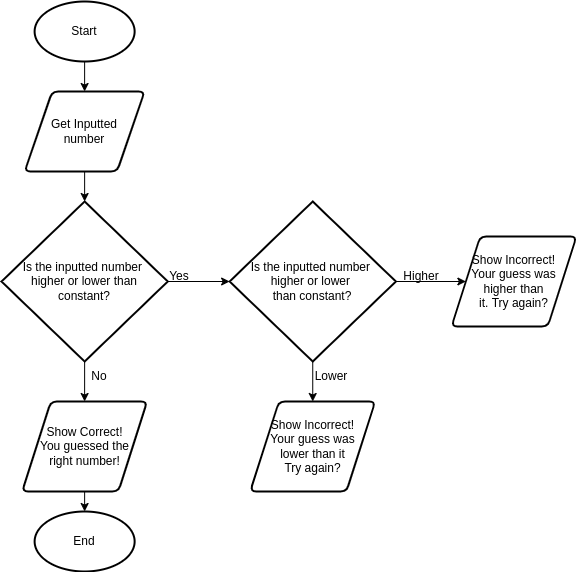
Earlier version of the draw.io export Number Guessing (flowchart).png (Dahrio-Francois/ICS3U-Unit3-02-Python2). Source tidied: cells renumbered, new cells last; positions are measured from the earlier drawing's top-left corner, leaving out a move shared by most shapes.
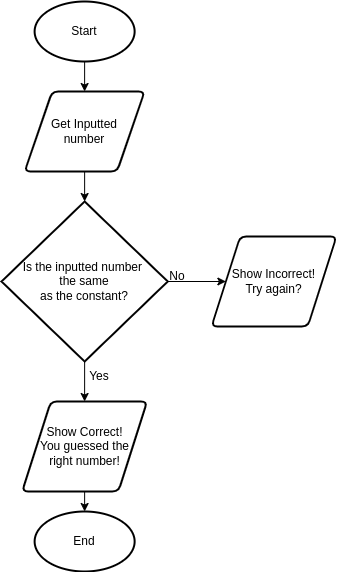
After the change.

Commit message:
made changes to flowchart and top down designs

Change to the diagram source:
```diff
@@ -17,10 +17,10 @@
     <mxCell id="6" style="edgeStyle=orthogonalEdgeStyle;rounded=0;html=1;exitX=0.5;exitY=1;exitDx=0;exitDy=0;exitPerimeter=0;entryX=0.5;entryY=0;entryDx=0;entryDy=0;" parent="1" edge="1" source="8" target="10">
       <mxGeometry relative="1" as="geometry" />
     </mxCell>
-    <mxCell id="7" style="edgeStyle=none;html=1;entryX=0;entryY=0.5;entryDx=0;entryDy=0;entryPerimeter=0;" parent="1" edge="1" source="8" target="16">
-      <mxGeometry relative="1" as="geometry" />
-    </mxCell>
+    <mxCell id="21" style="edgeStyle=none;html=1;" parent="1" edge="1" source="8" target="20">
+      <mxGeometry relative="1" as="geometry" />
+    </mxCell>
-    <mxCell id="8" value="Is the inputted number &lt;br&gt;higher or lower than&lt;br&gt;constant?" style="strokeWidth=2;html=1;shape=mxgraph.flowchart.decision;whiteSpace=wrap;" parent="1" vertex="1">
+    <mxCell id="8" value="Is the inputted number &lt;br&gt;&amp;nbsp;the same &lt;br&gt;as the constant?" style="strokeWidth=2;html=1;shape=mxgraph.flowchart.decision;whiteSpace=wrap;" parent="1" vertex="1">
       <mxGeometry y="200" width="166.2" height="160" as="geometry" />
     </mxCell>
     <mxCell id="9" style="edgeStyle=orthogonalEdgeStyle;rounded=0;html=1;entryX=0.5;entryY=0;entryDx=0;entryDy=0;entryPerimeter=0;" parent="1" edge="1" source="10" target="13">
@@ -29,35 +29,17 @@
     <mxCell id="10" value="Show Correct!&lt;br&gt;You guessed the&lt;br&gt;right number!" style="shape=parallelogram;html=1;strokeWidth=2;perimeter=parallelogramPerimeter;whiteSpace=wrap;rounded=1;arcSize=12;size=0.23;" parent="1" vertex="1">
       <mxGeometry x="20.6" y="400" width="125" height="90" as="geometry" />
     </mxCell>
-    <mxCell id="11" value="No" style="text;html=1;strokeColor=none;fillColor=none;align=center;verticalAlign=middle;whiteSpace=wrap;rounded=0;rotation=0;" parent="1" vertex="1">
+    <mxCell id="11" value="Yes" style="text;html=1;strokeColor=none;fillColor=none;align=center;verticalAlign=middle;whiteSpace=wrap;rounded=0;rotation=0;" parent="1" vertex="1">
       <mxGeometry x="68.1" y="360" width="60" height="30" as="geometry" />
     </mxCell>
-    <mxCell id="12" value="Yes" style="text;html=1;strokeColor=none;fillColor=none;align=center;verticalAlign=middle;whiteSpace=wrap;rounded=0;" parent="1" vertex="1">
-      <mxGeometry x="148.1" y="260" width="60" height="30" as="geometry" />
+    <mxCell id="12" value="No" style="text;html=1;strokeColor=none;fillColor=none;align=center;verticalAlign=middle;whiteSpace=wrap;rounded=0;" parent="1" vertex="1">
+      <mxGeometry x="145.6" y="260" width="60" height="30" as="geometry" />
     </mxCell>
     <mxCell id="13" value="End" style="strokeWidth=2;html=1;shape=mxgraph.flowchart.start_1;whiteSpace=wrap;" parent="1" vertex="1">
       <mxGeometry x="33.1" y="510" width="100" height="60" as="geometry" />
     </mxCell>
-    <mxCell id="14" style="edgeStyle=none;html=1;exitX=1;exitY=0.5;exitDx=0;exitDy=0;exitPerimeter=0;entryX=0;entryY=0.5;entryDx=0;entryDy=0;" parent="1" edge="1" source="16" target="18">
-      <mxGeometry relative="1" as="geometry" />
-    </mxCell>
-    <mxCell id="15" style="edgeStyle=none;html=1;entryX=0.5;entryY=0;entryDx=0;entryDy=0;" parent="1" edge="1" source="16" target="17">
-      <mxGeometry relative="1" as="geometry" />
-    </mxCell>
-    <mxCell id="16" value="Is the inputted number &lt;br&gt;higher or lower&amp;nbsp;&lt;br&gt;than constant?" style="strokeWidth=2;html=1;shape=mxgraph.flowchart.decision;whiteSpace=wrap;" parent="1" vertex="1">
-      <mxGeometry x="228.1" y="200" width="166.2" height="160" as="geometry" />
-    </mxCell>
-    <mxCell id="17" value="Show Incorrect!&lt;br&gt;Your guess was&lt;br&gt;lower than it&lt;br&gt;Try again?" style="shape=parallelogram;html=1;strokeWidth=2;perimeter=parallelogramPerimeter;whiteSpace=wrap;rounded=1;arcSize=12;size=0.23;" parent="1" vertex="1">
-      <mxGeometry x="248.7" y="400" width="125" height="90" as="geometry" />
-    </mxCell>
-    <mxCell id="18" value="Show Incorrect!&lt;br&gt;Your guess was&lt;br&gt;higher than&lt;br&gt;it. Try again?" style="shape=parallelogram;html=1;strokeWidth=2;perimeter=parallelogramPerimeter;whiteSpace=wrap;rounded=1;arcSize=12;size=0.23;" parent="1" vertex="1">
-      <mxGeometry x="450" y="235" width="125" height="90" as="geometry" />
-    </mxCell>
-    <mxCell id="19" value="Lower" style="text;html=1;strokeColor=none;fillColor=none;align=center;verticalAlign=middle;whiteSpace=wrap;rounded=0;" parent="1" vertex="1">
-      <mxGeometry x="300" y="360" width="60" height="30" as="geometry" />
-    </mxCell>
-    <mxCell id="20" value="Higher" style="text;html=1;strokeColor=none;fillColor=none;align=center;verticalAlign=middle;whiteSpace=wrap;rounded=0;" parent="1" vertex="1">
-      <mxGeometry x="390" y="260" width="60" height="30" as="geometry" />
+    <mxCell id="20" value="Show Incorrect!&lt;br&gt;Try again?" style="shape=parallelogram;html=1;strokeWidth=2;perimeter=parallelogramPerimeter;whiteSpace=wrap;rounded=1;arcSize=12;size=0.23;" parent="1" vertex="1">
+      <mxGeometry x="210" y="235" width="125" height="90" as="geometry" />
     </mxCell>
   </root>
 </mxGraphModel>
```
